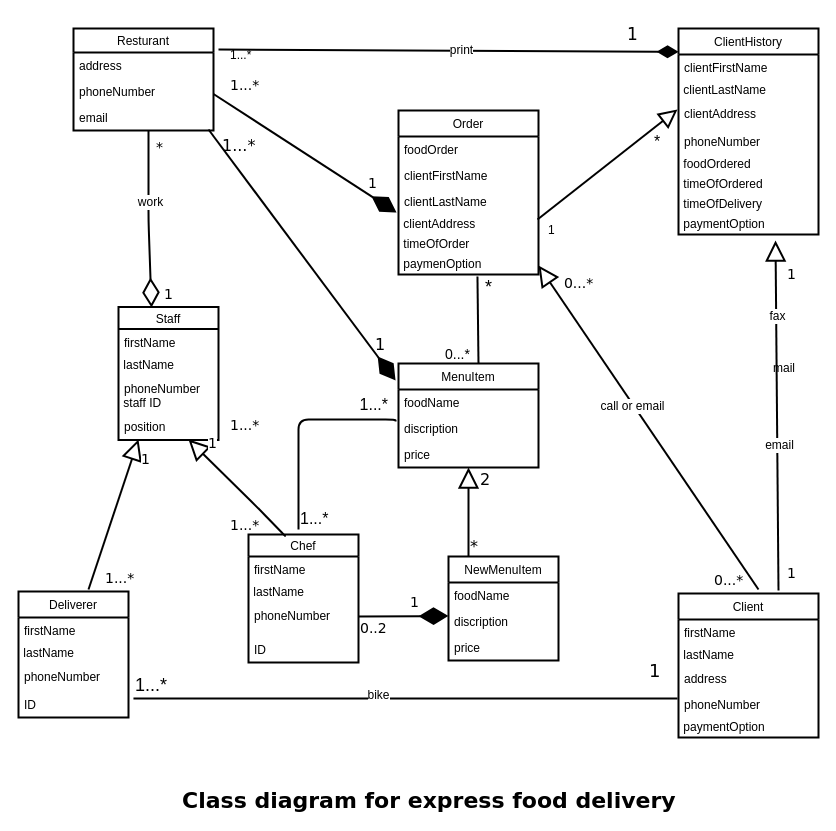
The draw.io diagram Class Diagram For Express food delivery resturant.drawio in wallaceNdi/OC-PRO, before the edit. Source tidied: cells renumbered, new cells numbered last; positions are measured from the earlier drawing's top-left corner, leaving out a move shared by most shapes. Both pictures are drawn from the tidied source at 100%, with x=0, y=0 at pixel (18, 17).
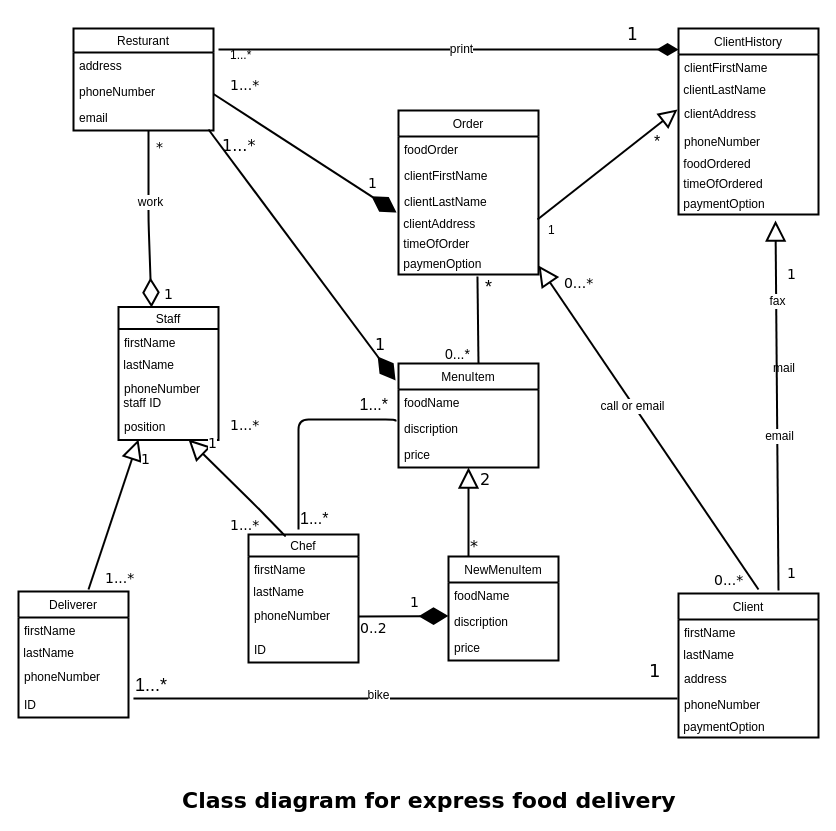
The same diagram, later.

Change to the diagram source:
```diff
@@
     <mxCell id="43" value="ClientHistory" style="swimlane;fontStyle=0;horizontal=1;startSize=26;fillColor=none;strokeWidth=2;" parent="1" vertex="1">
-      <mxGeometry x="660" y="11" width="140" height="206" as="geometry" />
+      <mxGeometry x="660" y="11" width="140" height="186" as="geometry" />
     </mxCell>
@@
-    <mxCell id="50" value="&amp;nbsp;timeOfDelivery" style="text;html=1;align=left;verticalAlign=top;spacingTop=-4;" parent="43" vertex="1">
-      <mxGeometry y="166" width="140" height="20" as="geometry" />
-    </mxCell>
     <mxCell id="51" value="&amp;nbsp;paymentOption" style="text;html=1;points=[];align=left;verticalAlign=top;spacingTop=-4;" parent="43" vertex="1">
-      <mxGeometry y="186" width="140" height="20" as="geometry" />
+      <mxGeometry y="166" width="140" height="20" as="geometry" />
     </mxCell>
```
